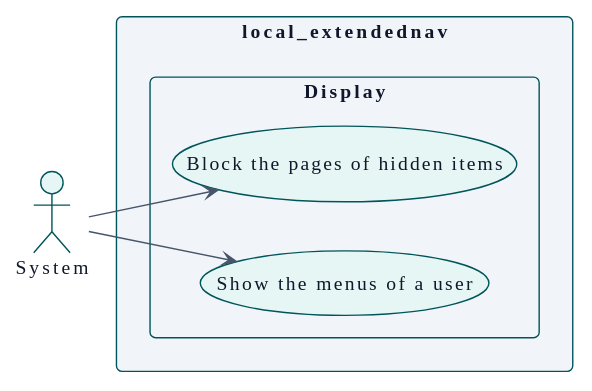
This is docs/en/technical/requirements/use-cases-system.svg from didactika/moodle-local_extendednav, a PlantUML export, as it was before one commit.
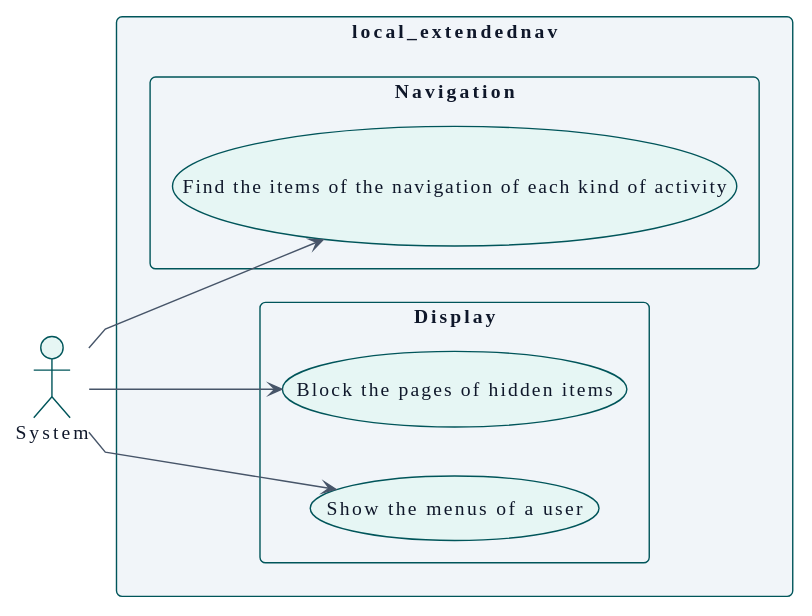
The same diagram one commit later.

What changed in the source:
```diff
@@ -113,8 +113,12 @@
     usecase "Show the menus of a user" as UC_showMenus
     usecase "Block the pages of hidden items" as UC_blockUrl
   }
+  package "Navigation" {
+    usecase "Find the items of the navigation of each kind of activity" as UC_discoverActivityItems
+  }
 }
 
 A_System --> UC_showMenus
 A_System --> UC_blockUrl
+A_System --> UC_discoverActivityItems
 @enduml
```
